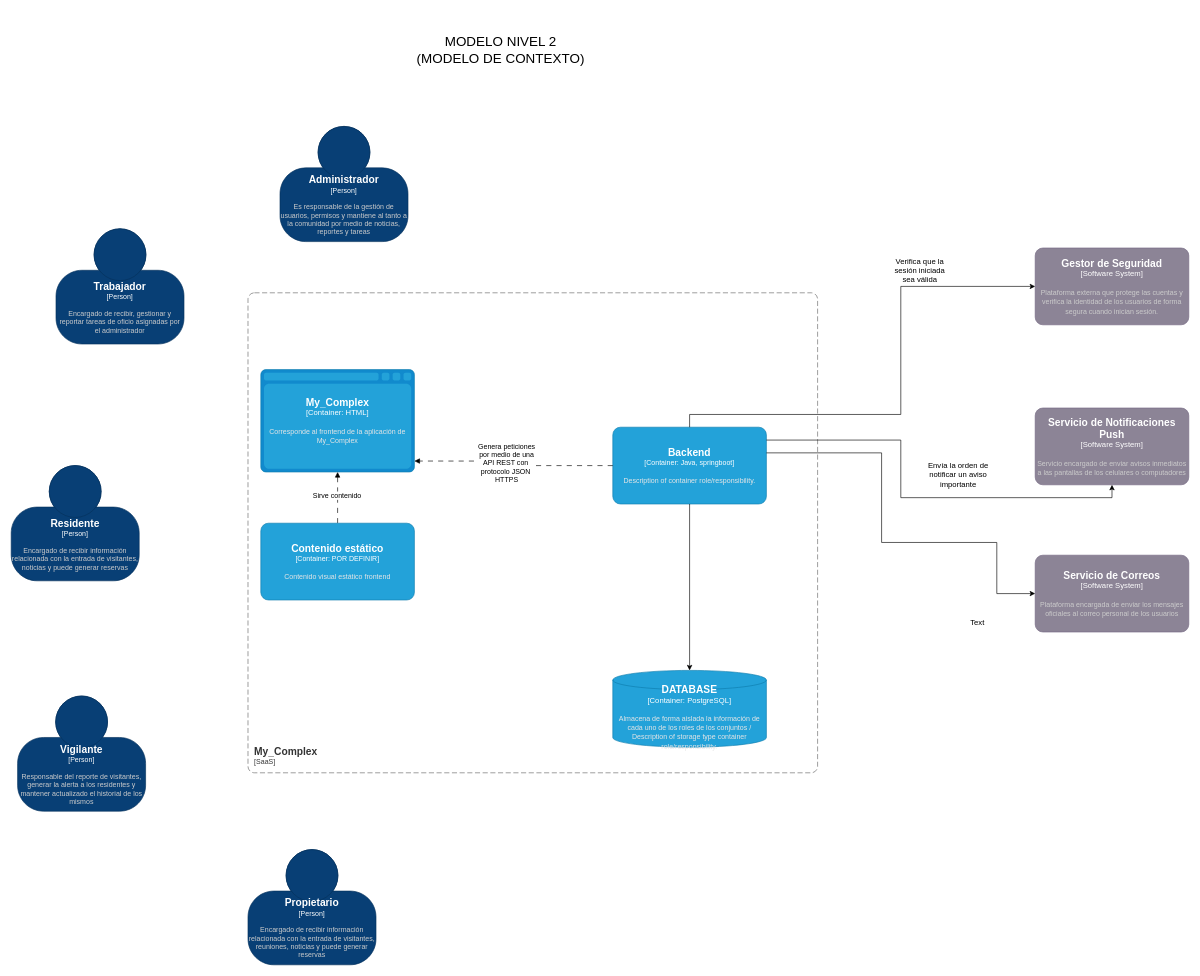
3st3b4nR/Documentacion_My_Complex keeps this draw.io diagram as Modelo_de_contexto2.drawio. Above is the earlier version. Source tidied: cells renumbered, new cells numbered last; positions are measured from the earlier drawing's top-left corner, leaving out a move shared by most shapes. Both pictures are drawn from the tidied source at 64%, with x=0, y=0 at pixel (11, 11).
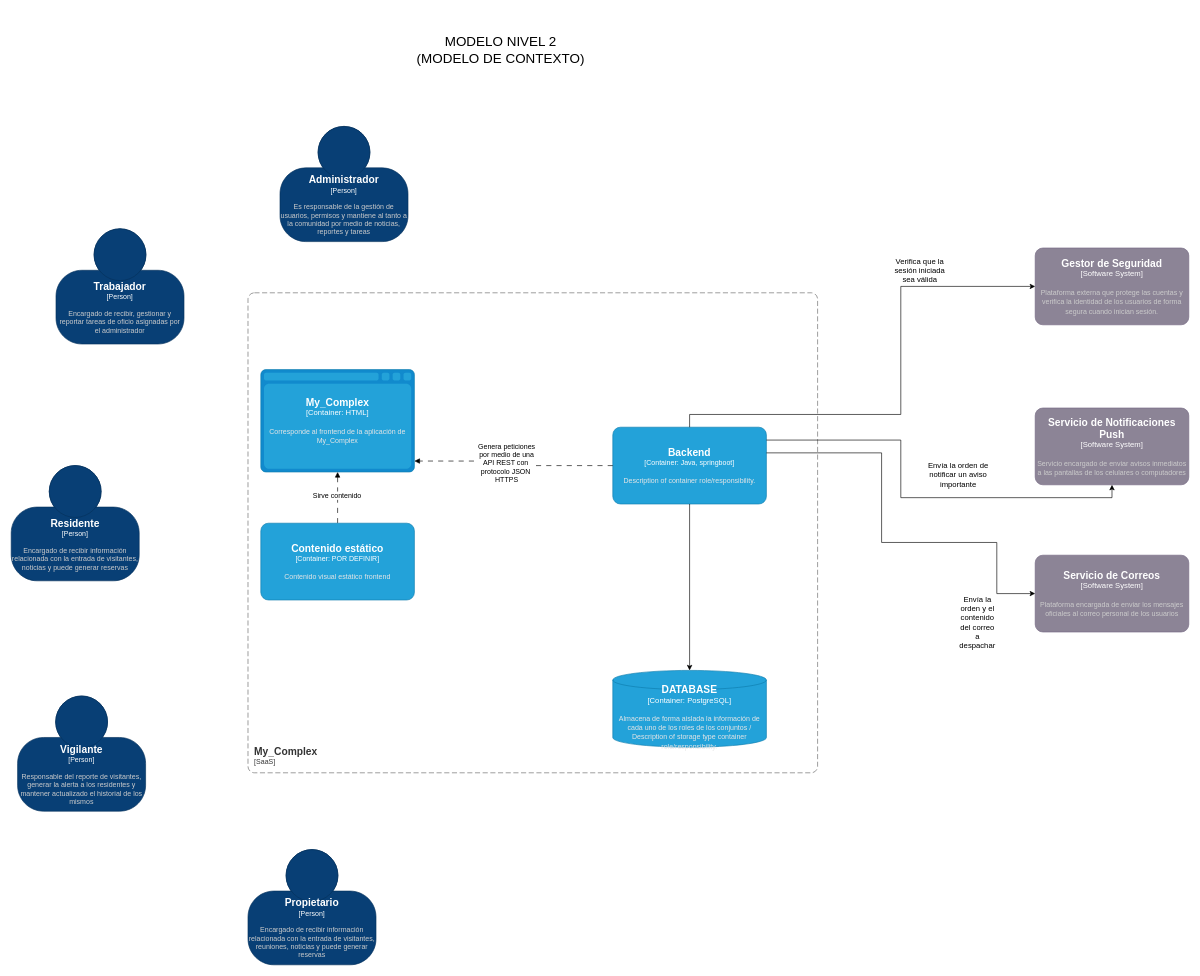
The same diagram, later.

Commit message:
cambios diagramas

What changed in the source:
```diff
@@
-    <mxCell id="26" value="Text" style="text;html=1;whiteSpace=wrap;strokeColor=none;fillColor=none;align=center;verticalAlign=middle;rounded=0;" parent="1" vertex="1">
+    <mxCell id="26" value="Envía la orden y el contenido del correo a despachar" style="text;html=1;whiteSpace=wrap;strokeColor=none;fillColor=none;align=center;verticalAlign=middle;rounded=0;" parent="1" vertex="1">
       <mxGeometry x="1480" y="940" width="60" height="30" as="geometry" />
     </mxCell>
```
